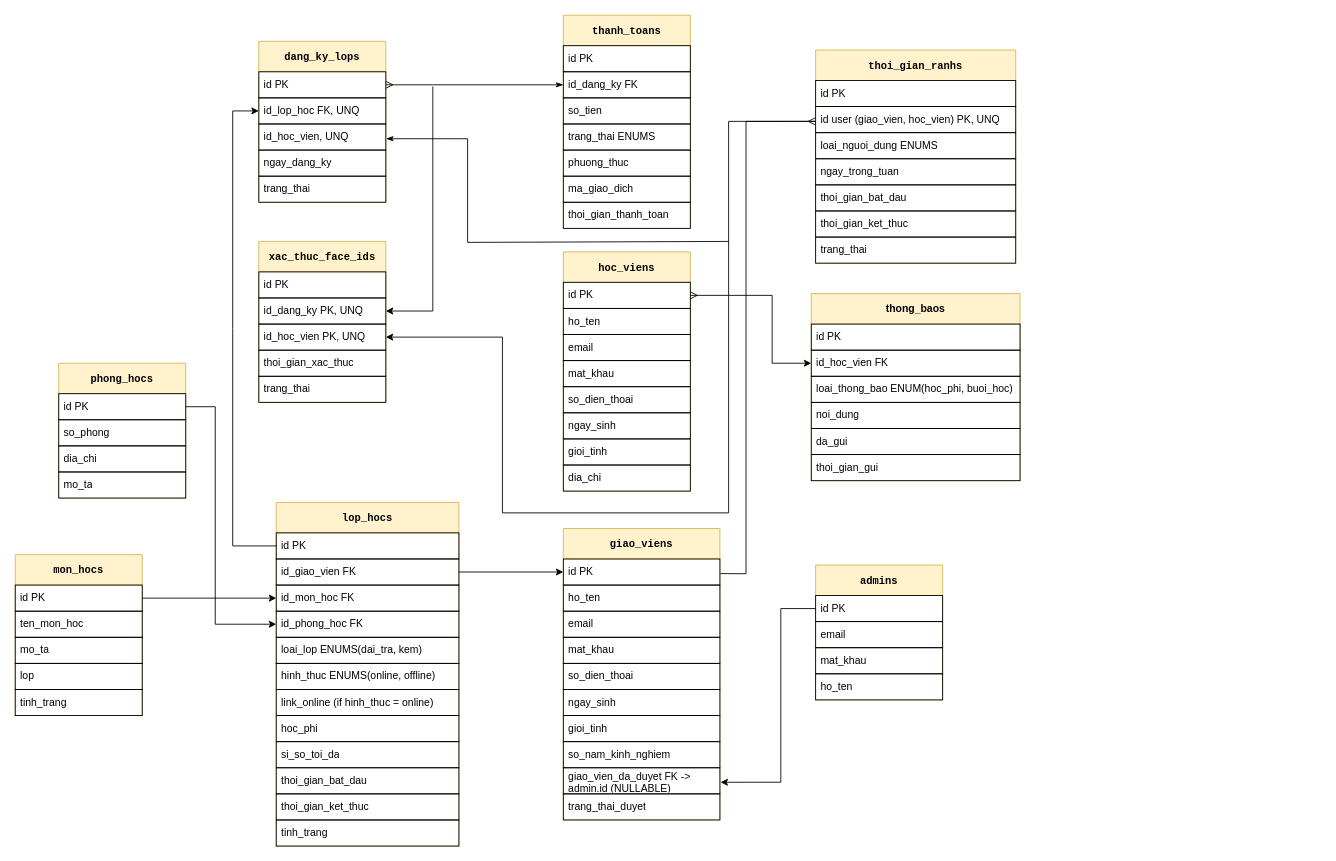
Above: context/database_schema.drawio in hungg-master/2026_2027_445_A_NHOM_03 (draw.io), before the change. Source tidied: cells renumbered, new cells numbered last; positions are measured from the earlier drawing's top-left corner, leaving out a move shared by most shapes. Both pictures are drawn from the tidied source at 87%, with x=0, y=0 at pixel (15, 15).
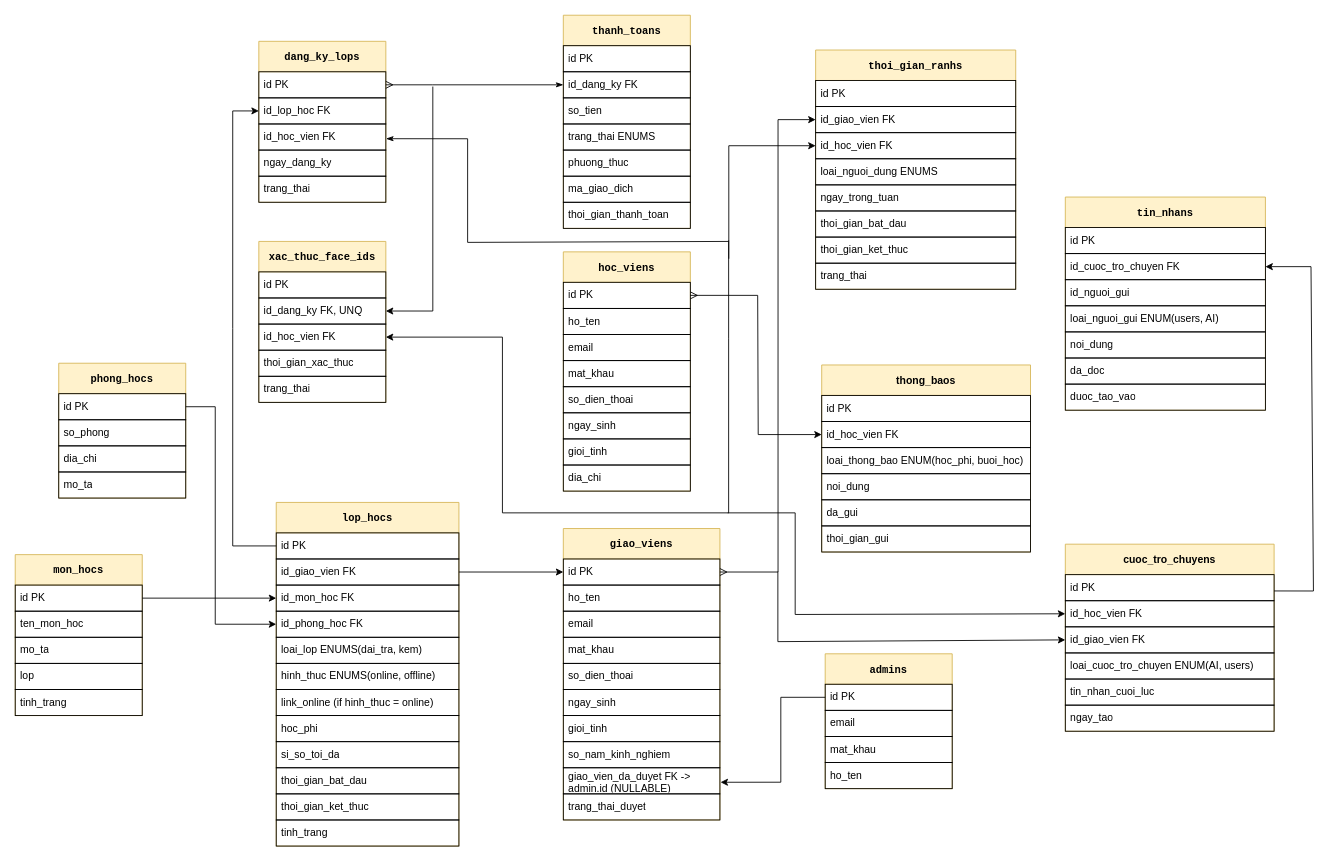
The same diagram, later.

Commit message (it also covers changes not shown here):
Update chat_threads and messages on database + SQL version

Unchanged cells that the change refers to:
```xml
<mxCell id="14" value="id PK" style="text;strokeColor=default;fillColor=none;align=left;verticalAlign=middle;spacingLeft=4;spacingRight=4;overflow=hidden;points=[[0,0.5],[1,0.5]];portConstraint=eastwest;whiteSpace=wrap;html=1;fontStyle=0;" parent="13" vertex="1">
  <mxGeometry y="35" width="180" height="30" as="geometry" />
</mxCell>
<mxCell id="22" value="giao_vien_da_duyet FK -&amp;gt; admin.id (NULLABLE)" style="text;strokeColor=default;fillColor=none;align=left;verticalAlign=middle;spacingLeft=4;spacingRight=4;overflow=hidden;points=[[0,0.5],[1,0.5]];portConstraint=eastwest;whiteSpace=wrap;html=1;fontStyle=0;" parent="13" vertex="1">
  <mxGeometry y="275" width="180" height="30" as="geometry" />
</mxCell>
<mxCell id="25" value="id PK" style="text;strokeColor=default;fillColor=none;align=left;verticalAlign=middle;spacingLeft=4;spacingRight=4;overflow=hidden;points=[[0,0.5],[1,0.5]];portConstraint=eastwest;whiteSpace=wrap;html=1;fontStyle=0;" parent="24" vertex="1">
  <mxGeometry y="35" width="146" height="30" as="geometry" />
</mxCell>
<mxCell id="30" value="id PK" style="text;strokeColor=default;fillColor=none;align=left;verticalAlign=middle;spacingLeft=4;spacingRight=4;overflow=hidden;points=[[0,0.5],[1,0.5]];portConstraint=eastwest;whiteSpace=wrap;html=1;fontStyle=0;" parent="29" vertex="1">
  <mxGeometry y="35" width="146" height="30" as="geometry" />
</mxCell>
<mxCell id="51" value="&lt;code&gt;xac_thuc_face_ids&lt;/code&gt;" style="swimlane;fontStyle=1;horizontal=1;startSize=35;whiteSpace=wrap;html=1;strokeColor=#d6b656;fillColor=#fff2cc;" parent="1" vertex="1">
  <mxGeometry x="280" y="260" width="146" height="185" as="geometry" />
</mxCell>
<mxCell id="59" value="&lt;code&gt;dang_ky_lops&lt;/code&gt;" style="swimlane;fontStyle=1;horizontal=1;startSize=35;whiteSpace=wrap;html=1;strokeColor=#d6b656;fillColor=#fff2cc;" parent="1" vertex="1">
  <mxGeometry x="280" y="30" width="146" height="185" as="geometry" />
</mxCell>
<mxCell id="75" value="id_hoc_vien FK" style="text;strokeColor=default;fillColor=none;align=left;verticalAlign=middle;spacingLeft=4;spacingRight=4;overflow=hidden;points=[[0,0.5],[1,0.5]];portConstraint=eastwest;whiteSpace=wrap;html=1;fontStyle=0;" parent="73" vertex="1">
  <mxGeometry y="65" width="240" height="30" as="geometry" />
</mxCell>
```

Change to the diagram source:
```diff
@@
     <mxCell id="24" value="&lt;code&gt;admins&lt;/code&gt;" style="swimlane;fontStyle=1;horizontal=1;startSize=35;whiteSpace=wrap;html=1;strokeColor=#d6b656;fillColor=#fff2cc;" parent="1" vertex="1">
-      <mxGeometry x="920" y="632" width="146" height="155" as="geometry" />
+      <mxGeometry x="931" y="734" width="146" height="155" as="geometry" />
     </mxCell>
@@
-    <mxCell id="53" value="id_dang_ky PK, UNQ" style="text;strokeColor=default;fillColor=none;align=left;verticalAlign=middle;spacingLeft=4;spacingRight=4;overflow=hidden;points=[[0,0.5],[1,0.5]];portConstraint=eastwest;whiteSpace=wrap;html=1;fontStyle=0;" parent="51" vertex="1">
+    <mxCell id="53" value="id_dang_ky FK, UNQ" style="text;strokeColor=default;fillColor=none;align=left;verticalAlign=middle;spacingLeft=4;spacingRight=4;overflow=hidden;points=[[0,0.5],[1,0.5]];portConstraint=eastwest;whiteSpace=wrap;html=1;fontStyle=0;" parent="51" vertex="1">
       <mxGeometry y="65" width="146" height="30" as="geometry" />
     </mxCell>
-    <mxCell id="54" value="id_hoc_vien PK, UNQ" style="text;strokeColor=default;fillColor=none;align=left;verticalAlign=middle;spacingLeft=4;spacingRight=4;overflow=hidden;points=[[0,0.5],[1,0.5]];portConstraint=eastwest;whiteSpace=wrap;html=1;fontStyle=0;" parent="51" vertex="1">
+    <mxCell id="54" value="id_hoc_vien FK" style="text;strokeColor=default;fillColor=none;align=left;verticalAlign=middle;spacingLeft=4;spacingRight=4;overflow=hidden;points=[[0,0.5],[1,0.5]];portConstraint=eastwest;whiteSpace=wrap;html=1;fontStyle=0;" parent="51" vertex="1">
       <mxGeometry y="95" width="146" height="30" as="geometry" />
     </mxCell>
@@
-    <mxCell id="61" value="id_lop_hoc FK, UNQ" style="text;strokeColor=default;fillColor=none;align=left;verticalAlign=middle;spacingLeft=4;spacingRight=4;overflow=hidden;points=[[0,0.5],[1,0.5]];portConstraint=eastwest;whiteSpace=wrap;html=1;fontStyle=0;" parent="59" vertex="1">
+    <mxCell id="61" value="id_lop_hoc FK" style="text;strokeColor=default;fillColor=none;align=left;verticalAlign=middle;spacingLeft=4;spacingRight=4;overflow=hidden;points=[[0,0.5],[1,0.5]];portConstraint=eastwest;whiteSpace=wrap;html=1;fontStyle=0;" parent="59" vertex="1">
       <mxGeometry y="65" width="146" height="30" as="geometry" />
     </mxCell>
-    <mxCell id="62" value="id_hoc_vien, UNQ" style="text;strokeColor=default;fillColor=none;align=left;verticalAlign=middle;spacingLeft=4;spacingRight=4;overflow=hidden;points=[[0,0.5],[1,0.5]];portConstraint=eastwest;whiteSpace=wrap;html=1;fontStyle=0;" parent="59" vertex="1">
+    <mxCell id="62" value="id_hoc_vien FK" style="text;strokeColor=default;fillColor=none;align=left;verticalAlign=middle;spacingLeft=4;spacingRight=4;overflow=hidden;points=[[0,0.5],[1,0.5]];portConstraint=eastwest;whiteSpace=wrap;html=1;fontStyle=0;" parent="59" vertex="1">
       <mxGeometry y="95" width="146" height="30" as="geometry" />
     </mxCell>
@@
     <mxCell id="65" value="&lt;code&gt;thoi_gian_ranhs&lt;/code&gt;" style="swimlane;fontStyle=1;horizontal=1;startSize=35;whiteSpace=wrap;html=1;strokeColor=#d6b656;fillColor=#fff2cc;" parent="1" vertex="1">
-      <mxGeometry x="920" y="40" width="230" height="245" as="geometry" />
+      <mxGeometry x="920" y="40" width="230" height="275" as="geometry" />
     </mxCell>
@@
-    <mxCell id="67" value="id user (giao_vien, hoc_vien) PK, UNQ" style="text;strokeColor=default;fillColor=none;align=left;verticalAlign=middle;spacingLeft=4;spacingRight=4;overflow=hidden;points=[[0,0.5],[1,0.5]];portConstraint=eastwest;whiteSpace=wrap;html=1;fontStyle=0;" parent="65" vertex="1">
+    <mxCell id="67" value="id_giao_vien FK" style="text;strokeColor=default;fillColor=none;align=left;verticalAlign=middle;spacingLeft=4;spacingRight=4;overflow=hidden;points=[[0,0.5],[1,0.5]];portConstraint=eastwest;whiteSpace=wrap;html=1;fontStyle=0;" parent="65" vertex="1">
       <mxGeometry y="65" width="230" height="30" as="geometry" />
     </mxCell>
+    <mxCell id="99" value="id_hoc_vien FK" style="text;strokeColor=default;fillColor=none;align=left;verticalAlign=middle;spacingLeft=4;spacingRight=4;overflow=hidden;points=[[0,0.5],[1,0.5]];portConstraint=eastwest;whiteSpace=wrap;html=1;fontStyle=0;" parent="65" vertex="1">
+      <mxGeometry y="95" width="230" height="30" as="geometry" />
+    </mxCell>
     <mxCell id="68" value="loai_nguoi_dung ENUMS" style="text;strokeColor=default;fillColor=none;align=left;verticalAlign=middle;spacingLeft=4;spacingRight=4;overflow=hidden;whiteSpace=wrap;html=1;fontStyle=0;" parent="65" vertex="1">
-      <mxGeometry y="95" width="230" height="30" as="geometry" />
+      <mxGeometry y="125" width="230" height="30" as="geometry" />
     </mxCell>
     <mxCell id="69" value="ngay_trong_tuan" style="text;strokeColor=default;fillColor=none;align=left;verticalAlign=middle;spacingLeft=4;spacingRight=4;overflow=hidden;whiteSpace=wrap;html=1;fontStyle=0;" parent="65" vertex="1">
-      <mxGeometry y="125" width="230" height="30" as="geometry" />
+      <mxGeometry y="155" width="230" height="30" as="geometry" />
     </mxCell>
     <mxCell id="70" value="thoi_gian_bat_dau" style="text;strokeColor=default;fillColor=none;align=left;verticalAlign=middle;spacingLeft=4;spacingRight=4;overflow=hidden;whiteSpace=wrap;html=1;fontStyle=0;" parent="65" vertex="1">
-      <mxGeometry y="155" width="230" height="30" as="geometry" />
+      <mxGeometry y="185" width="230" height="30" as="geometry" />
     </mxCell>
     <mxCell id="71" value="thoi_gian_ket_thuc" style="text;strokeColor=default;fillColor=none;align=left;verticalAlign=middle;spacingLeft=4;spacingRight=4;overflow=hidden;whiteSpace=wrap;html=1;fontStyle=0;" parent="65" vertex="1">
-      <mxGeometry y="185" width="230" height="30" as="geometry" />
+      <mxGeometry y="215" width="230" height="30" as="geometry" />
     </mxCell>
     <mxCell id="72" value="trang_thai" style="text;strokeColor=default;fillColor=none;align=left;verticalAlign=middle;spacingLeft=4;spacingRight=4;overflow=hidden;whiteSpace=wrap;html=1;fontStyle=0;" parent="65" vertex="1">
-      <mxGeometry y="215" width="230" height="30" as="geometry" />
+      <mxGeometry y="245" width="230" height="30" as="geometry" />
     </mxCell>
     <mxCell id="73" value="thong_baos" style="swimlane;fontStyle=1;horizontal=1;startSize=35;whiteSpace=wrap;html=1;strokeColor=#d6b656;fillColor=#fff2cc;" parent="1" vertex="1">
-      <mxGeometry x="915" y="320" width="240" height="215" as="geometry" />
+      <mxGeometry x="927" y="402" width="240" height="215" as="geometry" />
     </mxCell>
@@
     <mxCell id="90" style="endArrow=classic;html=1;rounded=0;exitX=1;exitY=0.5;exitDx=0;exitDy=0;entryX=0;entryY=0.5;entryDx=0;entryDy=0;endFill=1;startArrow=ERmany;startFill=0;" parent="1" edge="1" source="30" target="75">
       <mxGeometry relative="1" as="geometry">
         <Array as="points">
-          <mxPoint x="870" y="322" />
-          <mxPoint x="870" y="400" />
+          <mxPoint x="853.4" y="322" />
+          <mxPoint x="854" y="482" />
         </Array>
       </mxGeometry>
     </mxCell>
@@
-    <mxCell id="92" style="endArrow=none;html=1;rounded=0;exitX=-0.002;exitY=0.566;exitDx=0;exitDy=0;exitPerimeter=0;startArrow=ERmany;startFill=0;" parent="1" edge="1" source="67">
-      <mxGeometry relative="1" as="geometry">
-        <mxPoint x="840" y="502" as="targetPoint" />
-        <Array as="points">
-          <mxPoint x="840" y="122" />
-        </Array>
-      </mxGeometry>
-    </mxCell>
-    <mxCell id="93" style="endArrow=none;html=1;rounded=0;exitX=1.003;exitY=0.56;exitDx=0;exitDy=0;exitPerimeter=0;" parent="1" edge="1" source="14">
-      <mxGeometry relative="1" as="geometry">
-        <mxPoint x="840" y="502" as="targetPoint" />
-        <Array as="points">
-          <mxPoint x="840" y="642" />
-        </Array>
-      </mxGeometry>
-    </mxCell>
@@
-    <mxCell id="95" style="endArrow=none;html=1;rounded=0;exitX=-0.002;exitY=0.566;exitDx=0;exitDy=0;exitPerimeter=0;" parent="1" edge="1" source="67">
-      <mxGeometry relative="1" as="geometry">
-        <mxPoint x="820" y="322" as="targetPoint" />
-        <Array as="points">
-          <mxPoint x="840" y="122" />
-          <mxPoint x="820" y="122" />
-        </Array>
-      </mxGeometry>
-    </mxCell>
     <mxCell id="96" style="endArrow=classic;html=1;rounded=0;entryX=1;entryY=0.5;entryDx=0;entryDy=0;endFill=1;" parent="1" edge="1" target="54">
       <mxGeometry relative="1" as="geometry">
-        <mxPoint x="820" y="322" as="sourcePoint" />
+        <mxPoint x="820" y="258.8" as="sourcePoint" />
         <Array as="points">
           <mxPoint x="820" y="372" />
           <mxPoint x="820" y="572" />
           <mxPoint x="560" y="572" />
           <mxPoint x="560" y="370" />
         </Array>
       </mxGeometry>
     </mxCell>
@@
     <mxCell id="98" style="endArrow=none;html=1;rounded=0;startArrow=classic;startFill=1;exitX=1.004;exitY=0.555;exitDx=0;exitDy=0;exitPerimeter=0;entryX=0;entryY=0.5;entryDx=0;entryDy=0;" parent="1" edge="1" source="22" target="25">
       <mxGeometry relative="1" as="geometry">
         <Array as="points">
           <mxPoint x="880" y="881.6" />
-          <mxPoint x="880" y="682" />
+          <mxPoint x="880" y="784" />
         </Array>
       </mxGeometry>
     </mxCell>
+    <mxCell id="100" value="cuoc_tro_chuyens" style="swimlane;fontStyle=1;horizontal=1;startSize=35;whiteSpace=wrap;html=1;strokeColor=#d6b656;fillColor=#fff2cc;" parent="1" vertex="1">
+      <mxGeometry x="1207" y="608" width="240" height="215" as="geometry" />
+    </mxCell>
+    <mxCell id="101" value="id PK" style="text;strokeColor=default;fillColor=none;align=left;verticalAlign=middle;spacingLeft=4;spacingRight=4;overflow=hidden;whiteSpace=wrap;html=1;fontStyle=0;" parent="100" vertex="1">
+      <mxGeometry y="35" width="240" height="30" as="geometry" />
+    </mxCell>
+    <mxCell id="102" value="id_hoc_vien FK" style="text;strokeColor=default;fillColor=none;align=left;verticalAlign=middle;spacingLeft=4;spacingRight=4;overflow=hidden;points=[[0,0.5],[1,0.5]];portConstraint=eastwest;whiteSpace=wrap;html=1;fontStyle=0;" parent="100" vertex="1">
+      <mxGeometry y="65" width="240" height="30" as="geometry" />
+    </mxCell>
+    <mxCell id="103" value="id_giao_vien FK" style="text;strokeColor=default;fillColor=none;align=left;verticalAlign=middle;spacingLeft=4;spacingRight=4;overflow=hidden;points=[[0,0.5],[1,0.5]];portConstraint=eastwest;whiteSpace=wrap;html=1;fontStyle=0;" parent="100" vertex="1">
+      <mxGeometry y="95" width="240" height="30" as="geometry" />
+    </mxCell>
+    <mxCell id="104" value="loai_cuoc_tro_chuyen ENUM(AI, users)" style="text;strokeColor=default;fillColor=none;align=left;verticalAlign=middle;spacingLeft=4;spacingRight=4;overflow=hidden;whiteSpace=wrap;html=1;fontStyle=0;" parent="100" vertex="1">
+      <mxGeometry y="125" width="240" height="30" as="geometry" />
+    </mxCell>
+    <mxCell id="105" value="tin_nhan_cuoi_luc" style="text;strokeColor=default;fillColor=none;align=left;verticalAlign=middle;spacingLeft=4;spacingRight=4;overflow=hidden;whiteSpace=wrap;html=1;fontStyle=0;" parent="100" vertex="1">
+      <mxGeometry y="155" width="240" height="30" as="geometry" />
+    </mxCell>
+    <mxCell id="106" value="ngay_tao" style="text;strokeColor=default;fillColor=none;align=left;verticalAlign=middle;spacingLeft=4;spacingRight=4;overflow=hidden;whiteSpace=wrap;html=1;fontStyle=0;" parent="100" vertex="1">
+      <mxGeometry y="185" width="240" height="30" as="geometry" />
+    </mxCell>
+    <mxCell id="107" style="endArrow=classic;html=1;rounded=0;endFill=1;entryX=0;entryY=0.5;entryDx=0;entryDy=0;" parent="1" edge="1" target="99">
+      <mxGeometry relative="1" as="geometry">
+        <mxPoint x="820.2" y="279.9" as="sourcePoint" />
+        <Array as="points">
+          <mxPoint x="820.2" y="150" />
+        </Array>
+      </mxGeometry>
+    </mxCell>
+    <mxCell id="108" style="endArrow=classic;html=1;rounded=0;entryX=0;entryY=0.5;entryDx=0;entryDy=0;exitX=1;exitY=0.5;exitDx=0;exitDy=0;endFill=1;startArrow=ERmany;startFill=0;" parent="1" edge="1" source="14" target="67">
+      <mxGeometry relative="1" as="geometry">
+        <Array as="points">
+          <mxPoint x="876.8" y="640" />
+          <mxPoint x="876.8" y="120" />
+        </Array>
+      </mxGeometry>
+    </mxCell>
+    <mxCell id="109" value="&lt;code&gt;tin_nhans&lt;/code&gt;" style="swimlane;fontStyle=1;horizontal=1;startSize=35;whiteSpace=wrap;html=1;strokeColor=#d6b656;fillColor=#fff2cc;" parent="1" vertex="1">
+      <mxGeometry x="1207" y="209" width="230" height="245" as="geometry" />
+    </mxCell>
+    <mxCell id="110" value="id PK" style="text;strokeColor=default;fillColor=none;align=left;verticalAlign=middle;spacingLeft=4;spacingRight=4;overflow=hidden;whiteSpace=wrap;html=1;fontStyle=0;" parent="109" vertex="1">
+      <mxGeometry y="35" width="230" height="30" as="geometry" />
+    </mxCell>
+    <mxCell id="111" value="id_cuoc_tro_chuyen FK" style="text;strokeColor=default;fillColor=none;align=left;verticalAlign=middle;spacingLeft=4;spacingRight=4;overflow=hidden;points=[[0,0.5],[1,0.5]];portConstraint=eastwest;whiteSpace=wrap;html=1;fontStyle=0;" parent="109" vertex="1">
+      <mxGeometry y="65" width="230" height="30" as="geometry" />
+    </mxCell>
+    <mxCell id="112" value="id_nguoi_gui" style="text;strokeColor=default;fillColor=none;align=left;verticalAlign=middle;spacingLeft=4;spacingRight=4;overflow=hidden;whiteSpace=wrap;html=1;fontStyle=0;" parent="109" vertex="1">
+      <mxGeometry y="95" width="230" height="30" as="geometry" />
+    </mxCell>
+    <mxCell id="113" value="loai_nguoi_gui ENUM(users, AI)" style="text;strokeColor=default;fillColor=none;align=left;verticalAlign=middle;spacingLeft=4;spacingRight=4;overflow=hidden;whiteSpace=wrap;html=1;fontStyle=0;" parent="109" vertex="1">
+      <mxGeometry y="125" width="230" height="30" as="geometry" />
+    </mxCell>
+    <mxCell id="114" value="noi_dung" style="text;strokeColor=default;fillColor=none;align=left;verticalAlign=middle;spacingLeft=4;spacingRight=4;overflow=hidden;whiteSpace=wrap;html=1;fontStyle=0;" parent="109" vertex="1">
+      <mxGeometry y="155" width="230" height="30" as="geometry" />
+    </mxCell>
+    <mxCell id="115" value="da_doc" style="text;strokeColor=default;fillColor=none;align=left;verticalAlign=middle;spacingLeft=4;spacingRight=4;overflow=hidden;whiteSpace=wrap;html=1;fontStyle=0;" parent="109" vertex="1">
+      <mxGeometry y="185" width="230" height="30" as="geometry" />
+    </mxCell>
+    <mxCell id="116" value="duoc_tao_vao" style="text;strokeColor=default;fillColor=none;align=left;verticalAlign=middle;spacingLeft=4;spacingRight=4;overflow=hidden;whiteSpace=wrap;html=1;fontStyle=0;" parent="109" vertex="1">
+      <mxGeometry y="215" width="230" height="30" as="geometry" />
+    </mxCell>
+    <mxCell id="117" style="endArrow=classic;html=1;rounded=0;entryX=0;entryY=0.5;entryDx=0;entryDy=0;endFill=1;" parent="1" edge="1" target="102">
+      <mxGeometry relative="1" as="geometry">
+        <mxPoint x="819" y="572" as="sourcePoint" />
+        <Array as="points">
+          <mxPoint x="896.5" y="572" />
+          <mxPoint x="896.5" y="688.8" />
+        </Array>
+      </mxGeometry>
+    </mxCell>
+    <mxCell id="118" style="endArrow=classic;html=1;rounded=0;entryX=0;entryY=0.5;entryDx=0;entryDy=0;endFill=1;" parent="1" edge="1" target="103">
+      <mxGeometry relative="1" as="geometry">
+        <mxPoint x="876.6" y="639.6" as="sourcePoint" />
+        <Array as="points">
+          <mxPoint x="876.6" y="720" />
+        </Array>
+      </mxGeometry>
+    </mxCell>
+    <mxCell id="119" style="endArrow=classic;html=1;rounded=0;exitX=1;exitY=0.25;exitDx=0;exitDy=0;entryX=1;entryY=0.5;entryDx=0;entryDy=0;endFill=1;" parent="1" edge="1" source="100" target="111">
+      <mxGeometry relative="1" as="geometry">
+        <Array as="points">
+          <mxPoint x="1492.2" y="661.8" />
+          <mxPoint x="1489.4" y="289" />
+        </Array>
+      </mxGeometry>
+    </mxCell>
```
